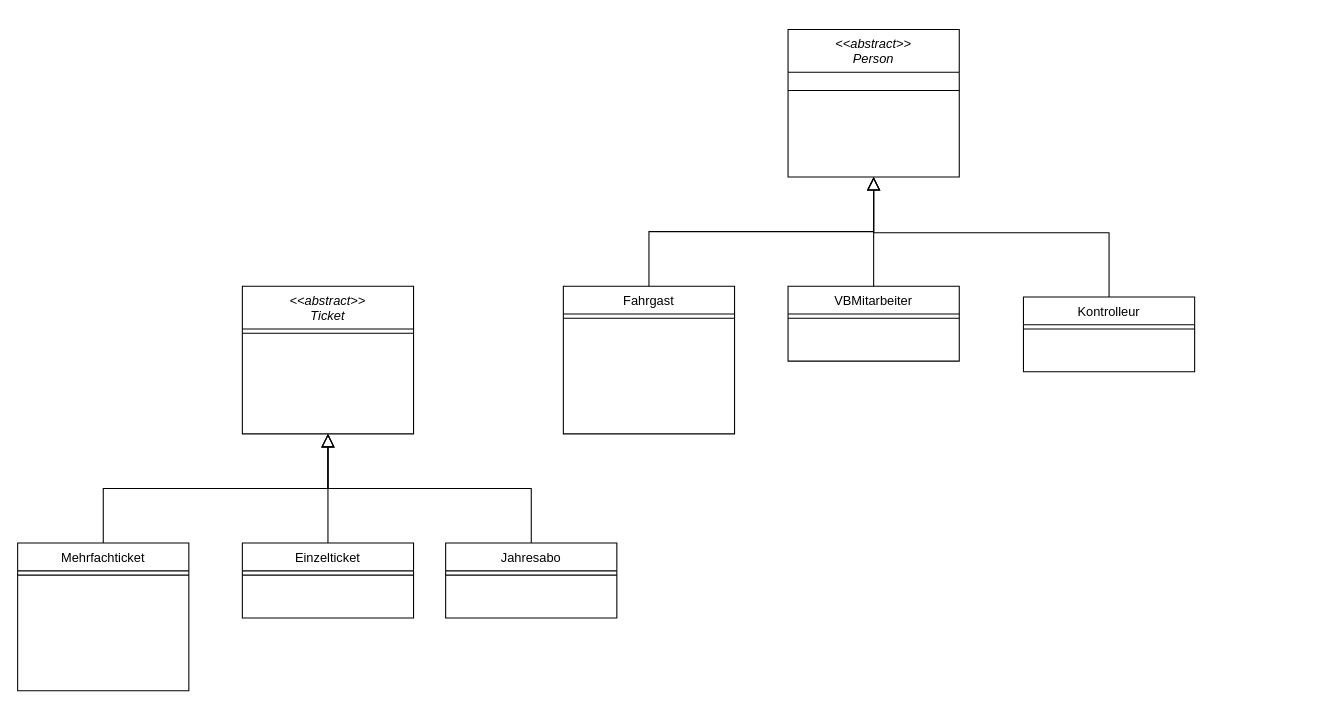
Above: src/ArrayListTask/Tickets/UML Diagramm.drawio in mariekart42/KP_EDUCATION (draw.io), before the change. Source tidied: cells renumbered, new cells numbered last; positions are measured from the earlier drawing's top-left corner, leaving out a move shared by most shapes. Both pictures are drawn from the tidied source at 107%, with x=0, y=0 at pixel (17, 29).
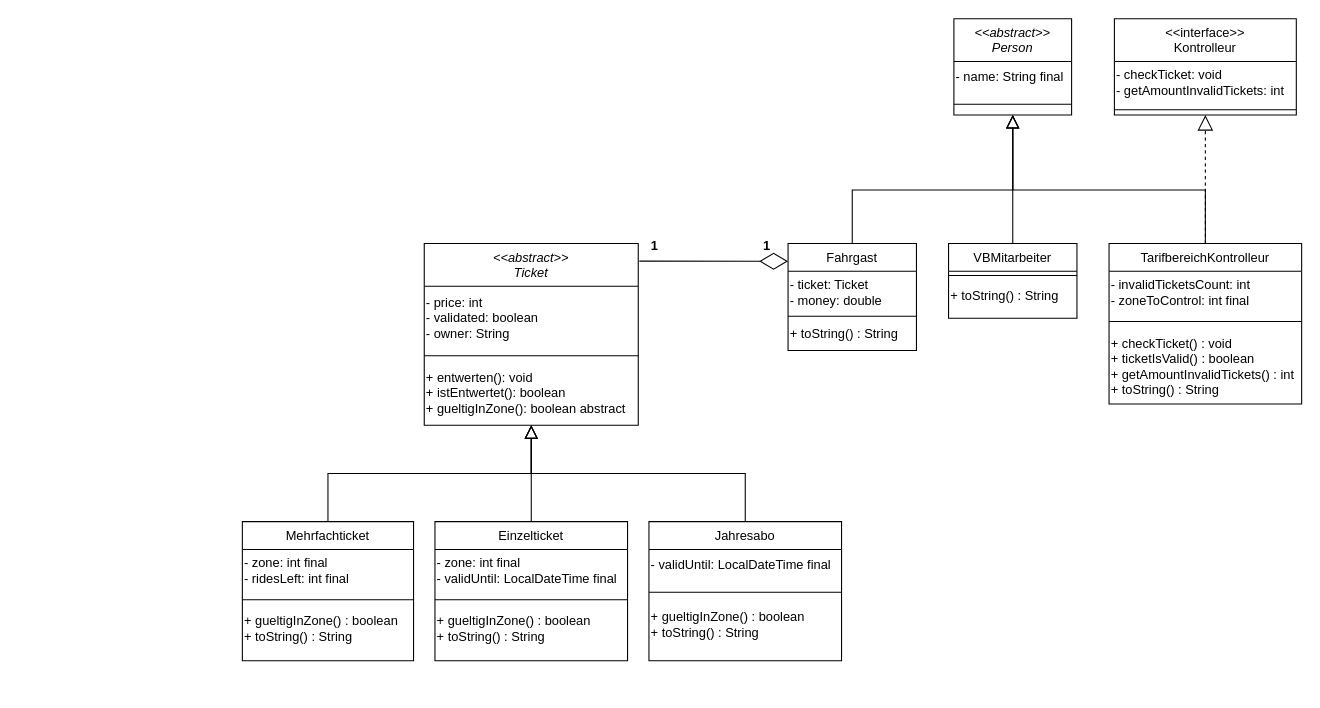
The same diagram, later.

Commit message:
implemented all fields

Diff of the diagram source:
```diff
@@
     <mxCell id="2" value="&lt;&lt;abstract&gt;&gt;&#10;Person" style="swimlane;fontStyle=2;align=center;verticalAlign=top;horizontal=1;startSize=40;rounded=0;shadow=0;strokeWidth=1;" parent="1" vertex="1">
-      <mxGeometry x="720" width="160" height="138" as="geometry" />
+      <mxGeometry x="875" y="-10" width="110" height="90" as="geometry" />
     </mxCell>
+    <mxCell id="24" value="- name: String final" style="text;html=1;align=left;verticalAlign=middle;strokeColor=none;fillColor=none;" parent="2" vertex="1">
+      <mxGeometry y="40" width="110" height="30" as="geometry" />
+    </mxCell>
     <mxCell id="3" style="line;html=1;strokeWidth=1;align=left;verticalAlign=middle;spacingTop=-1;spacingLeft=3;spacingRight=3;labelPosition=right;" parent="2" vertex="1">
-      <mxGeometry y="40" width="160" height="34" as="geometry" />
+      <mxGeometry y="70" width="110" height="20" as="geometry" />
     </mxCell>
     <mxCell id="4" value="Fahrgast" style="swimlane;fontStyle=0;align=center;verticalAlign=top;horizontal=1;startSize=26;rounded=0;shadow=0;strokeWidth=1;" parent="1" vertex="1">
-      <mxGeometry x="510" y="240" width="160" height="138" as="geometry" />
+      <mxGeometry x="720" y="200" width="120" height="100" as="geometry" />
     </mxCell>
+    <mxCell id="25" value="- ticket: Ticket&lt;div&gt;- money: double&lt;/div&gt;" style="text;html=1;align=left;verticalAlign=middle;strokeColor=none;fillColor=none;" parent="4" vertex="1">
+      <mxGeometry y="26" width="120" height="40" as="geometry" />
+    </mxCell>
     <mxCell id="5" style="line;html=1;strokeWidth=1;align=left;verticalAlign=middle;spacingTop=-1;spacingLeft=3;spacingRight=3;labelPosition=right;" parent="4" vertex="1">
-      <mxGeometry y="26" width="160" height="8" as="geometry" />
+      <mxGeometry y="66" width="120" height="4" as="geometry" />
     </mxCell>
+    <mxCell id="26" value="&lt;div&gt;+ toString() : String&lt;/div&gt;" style="text;html=1;align=left;verticalAlign=middle;strokeColor=none;fillColor=none;" parent="4" vertex="1">
+      <mxGeometry y="70" width="120" height="30" as="geometry" />
+    </mxCell>
-    <mxCell id="6" style="endArrow=block;endSize=10;endFill=0;shadow=0;strokeWidth=1;rounded=0;curved=0;edgeStyle=elbowEdgeStyle;elbow=vertical;" parent="1" edge="1" source="4" target="2">
-      <mxGeometry relative="1" as="geometry" />
+    <mxCell id="6" style="endArrow=block;endSize=10;endFill=0;shadow=0;strokeWidth=1;rounded=0;curved=0;edgeStyle=elbowEdgeStyle;elbow=vertical;exitX=0.5;exitY=0;exitDx=0;exitDy=0;" parent="1" edge="1" source="4" target="2">
+      <mxGeometry relative="1" as="geometry">
+        <Array as="points">
+          <mxPoint x="830" y="150" />
+        </Array>
+      </mxGeometry>
     </mxCell>
     <mxCell id="7" value="VBMitarbeiter" style="swimlane;fontStyle=0;align=center;verticalAlign=top;horizontal=1;startSize=26;rounded=0;shadow=0;strokeWidth=1;" parent="1" vertex="1">
-      <mxGeometry x="720" y="240" width="160" height="70" as="geometry" />
+      <mxGeometry x="870" y="200" width="120" height="70" as="geometry" />
     </mxCell>
     <mxCell id="8" style="line;html=1;strokeWidth=1;align=left;verticalAlign=middle;spacingTop=-1;spacingLeft=3;spacingRight=3;labelPosition=right;" parent="7" vertex="1">
-      <mxGeometry y="26" width="160" height="8" as="geometry" />
+      <mxGeometry y="26" width="120" height="8" as="geometry" />
     </mxCell>
+    <mxCell id="27" value="&lt;div&gt;+ toString() : String&lt;/div&gt;" style="text;html=1;align=left;verticalAlign=middle;strokeColor=none;fillColor=none;" parent="7" vertex="1">
+      <mxGeometry y="34" width="120" height="30" as="geometry" />
+    </mxCell>
@@
     <mxCell id="10" value="Jahresabo" style="swimlane;fontStyle=0;align=center;verticalAlign=top;horizontal=1;startSize=26;rounded=0;shadow=0;strokeWidth=1;" parent="1" vertex="1">
-      <mxGeometry x="400" y="480" width="160" height="70" as="geometry" />
+      <mxGeometry x="590" y="460" width="180" height="130" as="geometry" />
     </mxCell>
+    <mxCell id="28" value="&lt;div&gt;- validUntil: LocalDateTime final&lt;/div&gt;" style="text;html=1;align=left;verticalAlign=middle;strokeColor=none;fillColor=none;" parent="10" vertex="1">
+      <mxGeometry y="26" width="180" height="30" as="geometry" />
+    </mxCell>
     <mxCell id="11" style="line;html=1;strokeWidth=1;align=left;verticalAlign=middle;spacingTop=-1;spacingLeft=3;spacingRight=3;labelPosition=right;" parent="10" vertex="1">
-      <mxGeometry y="26" width="160" height="8" as="geometry" />
+      <mxGeometry y="56" width="180" height="20" as="geometry" />
     </mxCell>
+    <mxCell id="29" value="+ gueltigInZone() : boolean&lt;div&gt;+ toString() : String&lt;/div&gt;" style="text;html=1;align=left;verticalAlign=middle;strokeColor=none;fillColor=none;" parent="10" vertex="1">
+      <mxGeometry y="76" width="180" height="40" as="geometry" />
+    </mxCell>
     <mxCell id="12" style="endArrow=block;endSize=10;endFill=0;shadow=0;strokeWidth=1;rounded=0;curved=0;edgeStyle=elbowEdgeStyle;elbow=vertical;entryX=0.5;entryY=1;entryDx=0;entryDy=0;exitX=0.5;exitY=0;exitDx=0;exitDy=0;" parent="1" edge="1" source="22" target="2">
       <mxGeometry relative="1" as="geometry">
         <Array as="points">
-          <mxPoint x="860" y="190" />
+          <mxPoint x="1030" y="150" />
         </Array>
       </mxGeometry>
     </mxCell>
     <mxCell id="13" value="&lt;&lt;abstract&gt;&gt;&#10;Ticket" style="swimlane;fontStyle=2;align=center;verticalAlign=top;horizontal=1;startSize=40;rounded=0;shadow=0;strokeWidth=1;" parent="1" vertex="1">
-      <mxGeometry x="210" y="240" width="160" height="138" as="geometry" />
+      <mxGeometry x="380" y="200" width="200" height="170" as="geometry" />
     </mxCell>
+    <mxCell id="30" value="- price: int&lt;div&gt;- validated: boolean&lt;/div&gt;&lt;div&gt;- owner: String&lt;/div&gt;" style="text;html=1;align=left;verticalAlign=middle;strokeColor=none;fillColor=none;" parent="13" vertex="1">
+      <mxGeometry y="40" width="200" height="60" as="geometry" />
+    </mxCell>
     <mxCell id="14" style="line;html=1;strokeWidth=1;align=left;verticalAlign=middle;spacingTop=-1;spacingLeft=3;spacingRight=3;labelPosition=right;" parent="13" vertex="1">
-      <mxGeometry y="40" width="160" height="8" as="geometry" />
+      <mxGeometry y="100" width="200" height="10" as="geometry" />
     </mxCell>
+    <mxCell id="31" value="+ entwerten(): void&lt;div&gt;+ istEntwertet(): boolean&lt;/div&gt;&lt;div&gt;+ gueltigInZone(): boolean abstract&lt;/div&gt;" style="text;html=1;align=left;verticalAlign=middle;strokeColor=none;fillColor=none;" parent="13" vertex="1">
+      <mxGeometry y="110" width="200" height="60" as="geometry" />
+    </mxCell>
     <mxCell id="15" value="Mehrfachticket" style="swimlane;fontStyle=0;align=center;verticalAlign=top;horizontal=1;startSize=26;rounded=0;shadow=0;strokeWidth=1;" parent="1" vertex="1">
-      <mxGeometry y="480" width="160" height="138" as="geometry" />
+      <mxGeometry x="210" y="460" width="160" height="130" as="geometry" />
     </mxCell>
+    <mxCell id="32" value="- zone: int final&lt;div&gt;- ridesLeft: int final&lt;/div&gt;" style="text;html=1;align=left;verticalAlign=middle;strokeColor=none;fillColor=none;" parent="15" vertex="1">
+      <mxGeometry y="26" width="160" height="40" as="geometry" />
+    </mxCell>
     <mxCell id="16" style="line;html=1;strokeWidth=1;align=left;verticalAlign=middle;spacingTop=-1;spacingLeft=3;spacingRight=3;labelPosition=right;" parent="15" vertex="1">
-      <mxGeometry y="26" width="160" height="8" as="geometry" />
+      <mxGeometry y="66" width="160" height="14" as="geometry" />
     </mxCell>
+    <mxCell id="33" value="+ gueltigInZone() : boolean&lt;div&gt;+ toString() : String&lt;/div&gt;" style="text;html=1;align=left;verticalAlign=middle;strokeColor=none;fillColor=none;" parent="15" vertex="1">
+      <mxGeometry y="80" width="160" height="40" as="geometry" />
+    </mxCell>
@@
     <mxCell id="18" value="Einzelticket" style="swimlane;fontStyle=0;align=center;verticalAlign=top;horizontal=1;startSize=26;rounded=0;shadow=0;strokeWidth=1;" parent="1" vertex="1">
-      <mxGeometry x="210" y="480" width="160" height="70" as="geometry" />
+      <mxGeometry x="390" y="460" width="180" height="130" as="geometry" />
     </mxCell>
+    <mxCell id="34" value="- zone: int final&lt;div&gt;- validUntil: LocalDateTime final&lt;/div&gt;" style="text;html=1;align=left;verticalAlign=middle;strokeColor=none;fillColor=none;" parent="18" vertex="1">
+      <mxGeometry y="26" width="180" height="40" as="geometry" />
+    </mxCell>
     <mxCell id="19" style="line;html=1;strokeWidth=1;align=left;verticalAlign=middle;spacingTop=-1;spacingLeft=3;spacingRight=3;labelPosition=right;" parent="18" vertex="1">
-      <mxGeometry y="26" width="160" height="8" as="geometry" />
+      <mxGeometry y="66" width="180" height="14" as="geometry" />
     </mxCell>
+    <mxCell id="35" value="+ gueltigInZone() : boolean&lt;div&gt;+ toString() : String&lt;/div&gt;" style="text;html=1;align=left;verticalAlign=middle;strokeColor=none;fillColor=none;" parent="18" vertex="1">
+      <mxGeometry y="80" width="180" height="40" as="geometry" />
+    </mxCell>
-    <mxCell id="20" style="endArrow=block;endSize=10;endFill=0;shadow=0;strokeWidth=1;rounded=0;curved=0;edgeStyle=elbowEdgeStyle;elbow=vertical;" parent="1" edge="1" target="13">
-      <mxGeometry relative="1" as="geometry">
-        <mxPoint x="290" y="480" as="sourcePoint" />
-      </mxGeometry>
+    <mxCell id="20" style="endArrow=block;endSize=10;endFill=0;shadow=0;strokeWidth=1;rounded=0;curved=0;edgeStyle=elbowEdgeStyle;elbow=vertical;exitX=0.5;exitY=0;exitDx=0;exitDy=0;" parent="1" edge="1" source="18" target="13">
+      <mxGeometry relative="1" as="geometry" />
     </mxCell>
@@
-    <mxCell id="22" value="Kontrolleur" style="swimlane;fontStyle=0;align=center;verticalAlign=top;horizontal=1;startSize=26;rounded=0;shadow=0;strokeWidth=1;" parent="1" vertex="1">
-      <mxGeometry x="940" y="250" width="160" height="70" as="geometry" />
+    <mxCell id="22" value="TarifbereichKontrolleur" style="swimlane;fontStyle=0;align=center;verticalAlign=top;horizontal=1;startSize=26;rounded=0;shadow=0;strokeWidth=1;" parent="1" vertex="1">
+      <mxGeometry x="1020" y="200" width="180" height="150" as="geometry" />
     </mxCell>
+    <mxCell id="36" value="- invalidTicketsCount: int&lt;div&gt;- zoneToControl: int final&lt;/div&gt;" style="text;html=1;align=left;verticalAlign=middle;strokeColor=none;fillColor=none;" parent="22" vertex="1">
+      <mxGeometry y="26" width="180" height="40" as="geometry" />
+    </mxCell>
     <mxCell id="23" style="line;html=1;strokeWidth=1;align=left;verticalAlign=middle;spacingTop=-1;spacingLeft=3;spacingRight=3;labelPosition=right;" parent="22" vertex="1">
-      <mxGeometry y="26" width="160" height="8" as="geometry" />
+      <mxGeometry y="66" width="180" height="14" as="geometry" />
     </mxCell>
+    <mxCell id="37" value="&lt;div&gt;+&amp;nbsp;checkTicket() : void&lt;/div&gt;&lt;div&gt;+ ticketIsValid() : boolean&lt;/div&gt;&lt;div&gt;+&amp;nbsp;getAmountInvalidTickets() : int&lt;/div&gt;&lt;div&gt;+ toString() : String&lt;/div&gt;" style="text;html=1;align=left;verticalAlign=middle;strokeColor=none;fillColor=none;" parent="22" vertex="1">
+      <mxGeometry y="80" width="180" height="70" as="geometry" />
+    </mxCell>
+    <mxCell id="38" value="&lt;&lt;interface&gt;&gt;&#10;Kontrolleur" style="swimlane;fontStyle=0;align=center;verticalAlign=top;horizontal=1;startSize=40;rounded=0;shadow=0;strokeWidth=1;" parent="1" vertex="1">
+      <mxGeometry x="1025" y="-10" width="170" height="90" as="geometry" />
+    </mxCell>
+    <mxCell id="39" value="- checkTicket: void&lt;div&gt;- getAmountInvalidTickets: int&lt;/div&gt;" style="text;html=1;align=left;verticalAlign=middle;strokeColor=none;fillColor=none;" parent="38" vertex="1">
+      <mxGeometry y="40" width="170" height="40" as="geometry" />
+    </mxCell>
+    <mxCell id="40" style="line;html=1;strokeWidth=1;align=left;verticalAlign=middle;spacingTop=-1;spacingLeft=3;spacingRight=3;labelPosition=right;" parent="38" vertex="1">
+      <mxGeometry y="80" width="170" height="10" as="geometry" />
+    </mxCell>
+    <mxCell id="41" style="endArrow=block;dashed=1;endFill=0;endSize=12;html=1;rounded=0;entryX=0.5;entryY=1;entryDx=0;entryDy=0;exitX=0.5;exitY=0;exitDx=0;exitDy=0;" parent="1" edge="1" source="22" target="38">
+      <mxGeometry relative="1" as="geometry" />
+    </mxCell>
+    <mxCell id="42" style="endArrow=diamondThin;endFill=0;endSize=24;html=1;rounded=0;entryX=0;entryY=0.167;entryDx=0;entryDy=0;entryPerimeter=0;exitX=0.033;exitY=1.02;exitDx=0;exitDy=0;exitPerimeter=0;" parent="1" edge="1" source="43" target="4">
+      <mxGeometry relative="1" as="geometry" />
+    </mxCell>
+    <mxCell id="43" value="1" style="text;align=center;fontStyle=1;verticalAlign=middle;spacingLeft=3;spacingRight=3;strokeColor=none;points=[[0,0.5],[1,0.5]];portConstraint=eastwest;html=1;" parent="1" vertex="1">
+      <mxGeometry x="580" y="190" width="30" height="26" as="geometry" />
+    </mxCell>
+    <mxCell id="44" value="1" style="text;align=center;fontStyle=1;verticalAlign=middle;spacingLeft=3;spacingRight=3;strokeColor=none;html=1;" parent="1" vertex="1">
+      <mxGeometry x="690" y="190" width="20" height="26" as="geometry" />
+    </mxCell>
```
